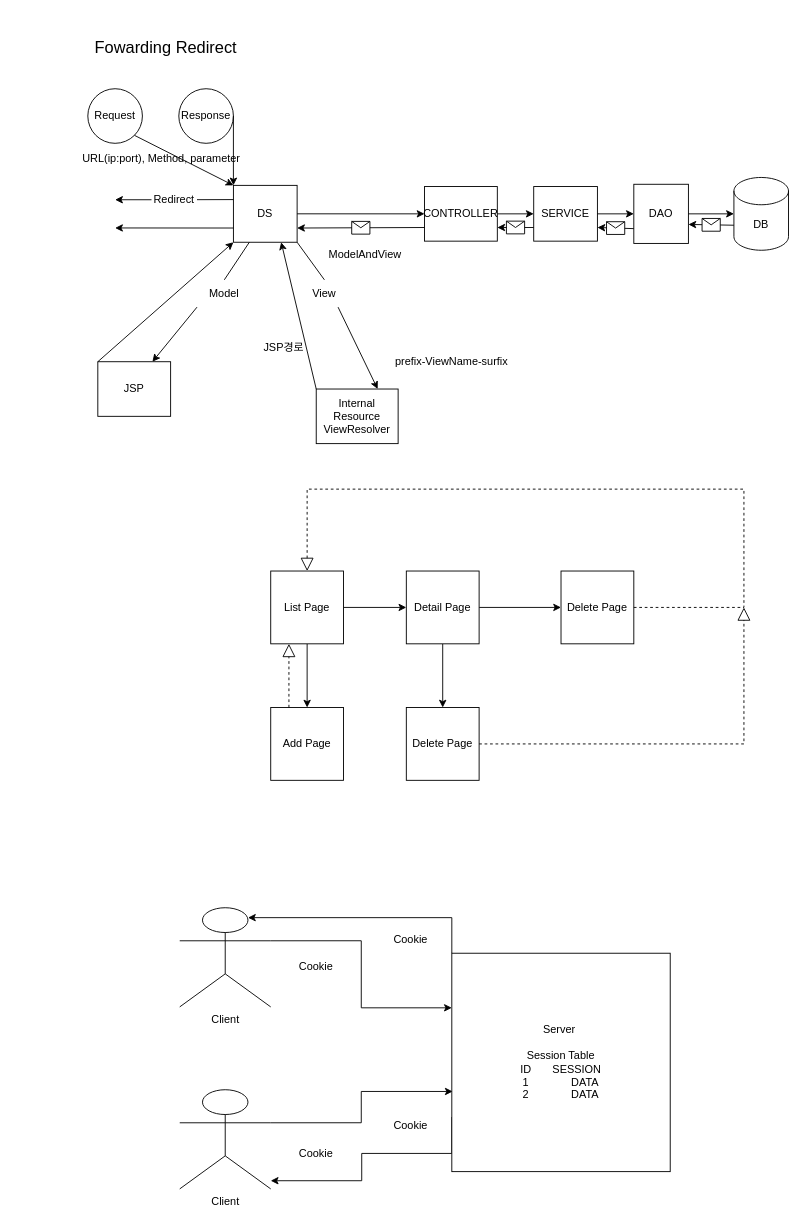
Before: page "페이지-1" (1 of 4) of Diagram.drawio in ejfhfhap/GDJ60_Spring, a draw.io diagram. Source tidied: cells renumbered, new cells numbered last; positions are measured from the earlier drawing's top-left corner, leaving out a move shared by most shapes. Both pictures are drawn from the tidied source at 91%, with x=0, y=0 at pixel (61, 34).
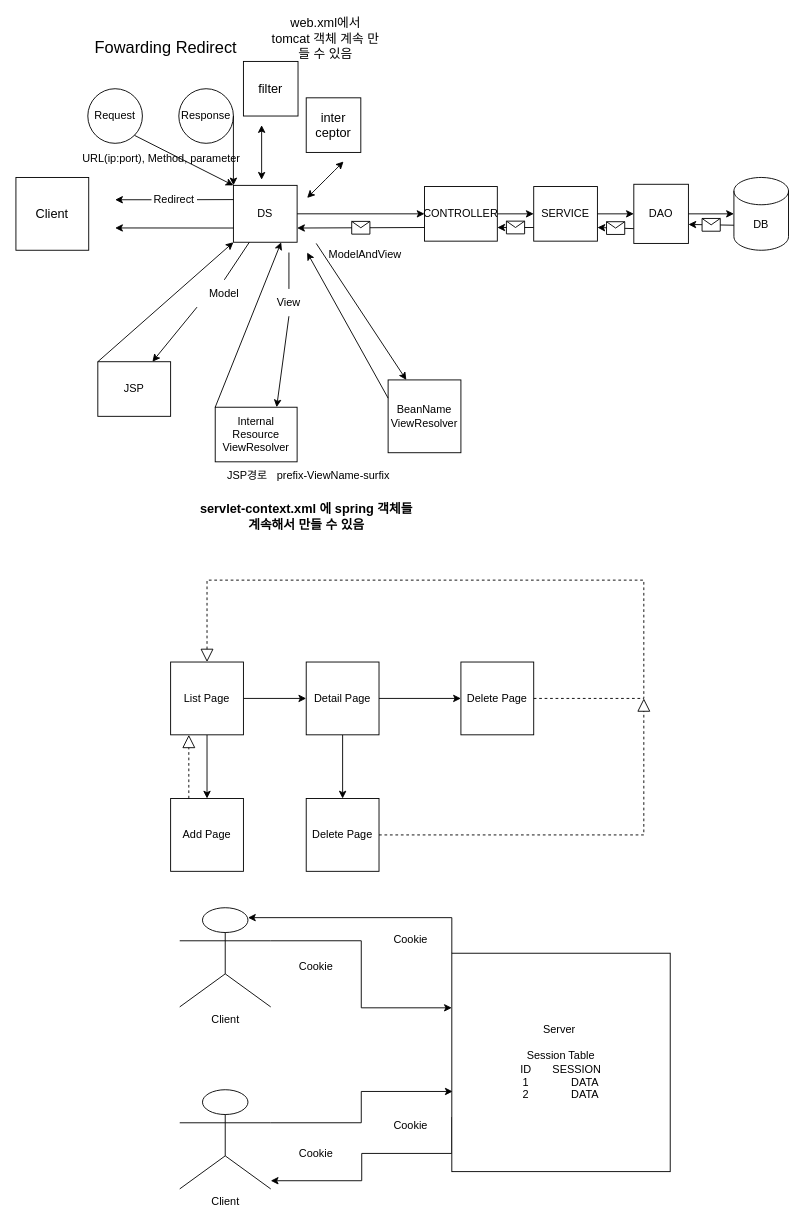
After the change.

The change refers to these unchanged cells:
```xml
<mxCell id="5" value="DS" style="whiteSpace=wrap;html=1;" parent="1" vertex="1">
  <mxGeometry x="189" y="166.2" width="70" height="62.5" as="geometry" />
</mxCell>
```

Diff of the diagram source:
```diff
@@
     <mxCell id="7" value="Internal&lt;br&gt;Resource&lt;br&gt;ViewResolver" style="rounded=0;whiteSpace=wrap;html=1;" parent="1" vertex="1">
-      <mxGeometry x="280" y="390" width="90" height="60" as="geometry" />
+      <mxGeometry x="169" y="410" width="90" height="60" as="geometry" />
     </mxCell>
@@
-    <mxCell id="27" style="endArrow=classic;html=1;rounded=0;exitX=0.75;exitY=1;exitDx=0;exitDy=0;entryX=0.75;entryY=0;entryDx=0;entryDy=0;startArrow=none;" parent="1" edge="1" source="29" target="7">
-      <mxGeometry relative="1" as="geometry" />
+    <mxCell id="27" style="endArrow=classic;html=1;rounded=0;entryX=0.75;entryY=0;entryDx=0;entryDy=0;startArrow=none;" parent="1" edge="1" target="7">
+      <mxGeometry relative="1" as="geometry">
+        <mxPoint x="250" y="310" as="sourcePoint" />
+      </mxGeometry>
     </mxCell>
-    <mxCell id="28" style="endArrow=none;html=1;rounded=0;exitX=1;exitY=1;exitDx=0;exitDy=0;entryX=0.5;entryY=0;entryDx=0;entryDy=0;" parent="1" edge="1" source="5" target="29">
-      <mxGeometry relative="1" as="geometry" />
+    <mxCell id="28" style="endArrow=none;html=1;rounded=0;entryX=0.5;entryY=0;entryDx=0;entryDy=0;" parent="1" edge="1" target="29">
+      <mxGeometry relative="1" as="geometry">
+        <mxPoint x="250" y="240" as="sourcePoint" />
+      </mxGeometry>
     </mxCell>
     <mxCell id="29" value="View" style="text;html=1;strokeColor=none;fillColor=none;align=center;verticalAlign=middle;whiteSpace=wrap;rounded=0;" parent="1" vertex="1">
-      <mxGeometry x="259" y="270" width="60" height="30" as="geometry" />
+      <mxGeometry x="220" y="280" width="60" height="30" as="geometry" />
     </mxCell>
@@
     <mxCell id="34" value="prefix-ViewName-surfix" style="text;html=1;strokeColor=none;fillColor=none;align=center;verticalAlign=middle;whiteSpace=wrap;rounded=0;" parent="1" vertex="1">
-      <mxGeometry x="349" y="345" width="160" height="30" as="geometry" />
+      <mxGeometry x="219" y="470" width="160" height="30" as="geometry" />
     </mxCell>
@@
     <mxCell id="41" value="JSP경로" style="text;html=1;align=center;verticalAlign=middle;strokeColor=none;fillColor=none;" parent="1" vertex="1">
-      <mxGeometry x="209" y="330" width="70" height="30" as="geometry" />
+      <mxGeometry x="169" y="470" width="70" height="30" as="geometry" />
     </mxCell>
@@
     <mxCell id="44" value="List Page" style="whiteSpace=wrap;html=1;" parent="1" vertex="1">
-      <mxGeometry x="230" y="590" width="80" height="80" as="geometry" />
+      <mxGeometry x="120" y="690" width="80" height="80" as="geometry" />
     </mxCell>
@@
     <mxCell id="47" value="Detail Page" style="whiteSpace=wrap;html=1;" parent="1" vertex="1">
-      <mxGeometry x="379" y="590" width="80" height="80" as="geometry" />
+      <mxGeometry x="269" y="690" width="80" height="80" as="geometry" />
     </mxCell>
     <mxCell id="48" value="Add Page" style="whiteSpace=wrap;html=1;" parent="1" vertex="1">
-      <mxGeometry x="230" y="740" width="80" height="80" as="geometry" />
+      <mxGeometry x="120" y="840" width="80" height="80" as="geometry" />
     </mxCell>
     <mxCell id="49" value="Delete Page" style="whiteSpace=wrap;html=1;" parent="1" vertex="1">
-      <mxGeometry x="549" y="590" width="80" height="80" as="geometry" />
+      <mxGeometry x="439" y="690" width="80" height="80" as="geometry" />
     </mxCell>
@@
     <mxCell id="51" style="endArrow=block;dashed=1;endFill=0;endSize=12;html=1;rounded=0;exitX=1;exitY=0.5;exitDx=0;exitDy=0;entryX=0.5;entryY=0;entryDx=0;entryDy=0;" parent="1" edge="1" source="49" target="44">
       <mxGeometry relative="1" as="geometry">
         <Array as="points">
-          <mxPoint x="750" y="630" />
-          <mxPoint x="750" y="500" />
-          <mxPoint x="270" y="500" />
+          <mxPoint x="640" y="730" />
+          <mxPoint x="640" y="600" />
+          <mxPoint x="160" y="600" />
         </Array>
       </mxGeometry>
     </mxCell>
     <mxCell id="52" value="Delete Page" style="whiteSpace=wrap;html=1;" parent="1" vertex="1">
-      <mxGeometry x="379" y="740" width="80" height="80" as="geometry" />
+      <mxGeometry x="269" y="840" width="80" height="80" as="geometry" />
     </mxCell>
     <mxCell id="53" style="endArrow=block;dashed=1;endFill=0;endSize=12;html=1;rounded=0;exitX=1;exitY=0.5;exitDx=0;exitDy=0;" parent="1" edge="1" source="52">
       <mxGeometry relative="1" as="geometry">
-        <mxPoint x="750" y="630" as="targetPoint" />
+        <mxPoint x="640" y="730" as="targetPoint" />
         <Array as="points">
-          <mxPoint x="750" y="780" />
+          <mxPoint x="640" y="880" />
         </Array>
       </mxGeometry>
     </mxCell>
@@
+    <mxCell id="65" value="BeanName&lt;br&gt;ViewResolver" style="whiteSpace=wrap;html=1;" parent="1" vertex="1">
+      <mxGeometry x="359" y="380" width="80" height="80" as="geometry" />
+    </mxCell>
+    <mxCell id="66" style="endArrow=classic;html=1;rounded=0;exitX=0;exitY=0.25;exitDx=0;exitDy=0;" parent="1" edge="1" source="65">
+      <mxGeometry relative="1" as="geometry">
+        <mxPoint x="270" y="240" as="targetPoint" />
+      </mxGeometry>
+    </mxCell>
+    <mxCell id="67" style="endArrow=classic;html=1;rounded=0;entryX=0.25;entryY=0;entryDx=0;entryDy=0;" parent="1" edge="1" target="65">
+      <mxGeometry relative="1" as="geometry">
+        <mxPoint x="280" y="230" as="sourcePoint" />
+      </mxGeometry>
+    </mxCell>
+    <mxCell id="68" value="&lt;font style=&quot;font-size: 14px;&quot;&gt;&lt;b&gt;servlet-context.xml 에 spring 객체들 계속해서 만들 수 있음&lt;br&gt;&lt;/b&gt;&lt;/font&gt;" style="text;html=1;strokeColor=none;fillColor=none;align=center;verticalAlign=middle;whiteSpace=wrap;rounded=0;" parent="1" vertex="1">
+      <mxGeometry x="149" y="515" width="241" height="30" as="geometry" />
+    </mxCell>
+    <mxCell id="69" value="Client" style="whiteSpace=wrap;html=1;fontSize=14;" parent="1" vertex="1">
+      <mxGeometry x="-50" y="157.5" width="80" height="80" as="geometry" />
+    </mxCell>
+    <mxCell id="70" value="filter" style="whiteSpace=wrap;html=1;fontSize=14;" parent="1" vertex="1">
+      <mxGeometry x="200" y="30" width="60" height="60" as="geometry" />
+    </mxCell>
+    <mxCell id="71" value="inter&lt;br&gt;ceptor" style="whiteSpace=wrap;html=1;fontSize=14;" parent="1" vertex="1">
+      <mxGeometry x="269" y="70" width="60" height="60" as="geometry" />
+    </mxCell>
+    <mxCell id="72" style="endArrow=classic;startArrow=classic;html=1;rounded=0;fontSize=14;" parent="1" edge="1">
+      <mxGeometry relative="1" as="geometry">
+        <mxPoint x="220" y="160" as="sourcePoint" />
+        <mxPoint x="220" y="100" as="targetPoint" />
+      </mxGeometry>
+    </mxCell>
+    <mxCell id="73" style="endArrow=classic;startArrow=classic;html=1;rounded=0;fontSize=14;" parent="1" edge="1">
+      <mxGeometry relative="1" as="geometry">
+        <mxPoint x="270" y="180" as="sourcePoint" />
+        <mxPoint x="310" y="140" as="targetPoint" />
+        <Array as="points">
+          <mxPoint x="290" y="160" />
+          <mxPoint x="300" y="150" />
+        </Array>
+      </mxGeometry>
+    </mxCell>
+    <mxCell id="74" value="web.xml에서 tomcat 객체 계속 만들 수 있음" style="text;html=1;strokeColor=none;fillColor=none;align=center;verticalAlign=middle;whiteSpace=wrap;rounded=0;fontSize=14;" parent="1" vertex="1">
+      <mxGeometry x="230" y="-10" width="121" height="30" as="geometry" />
+    </mxCell>
```
